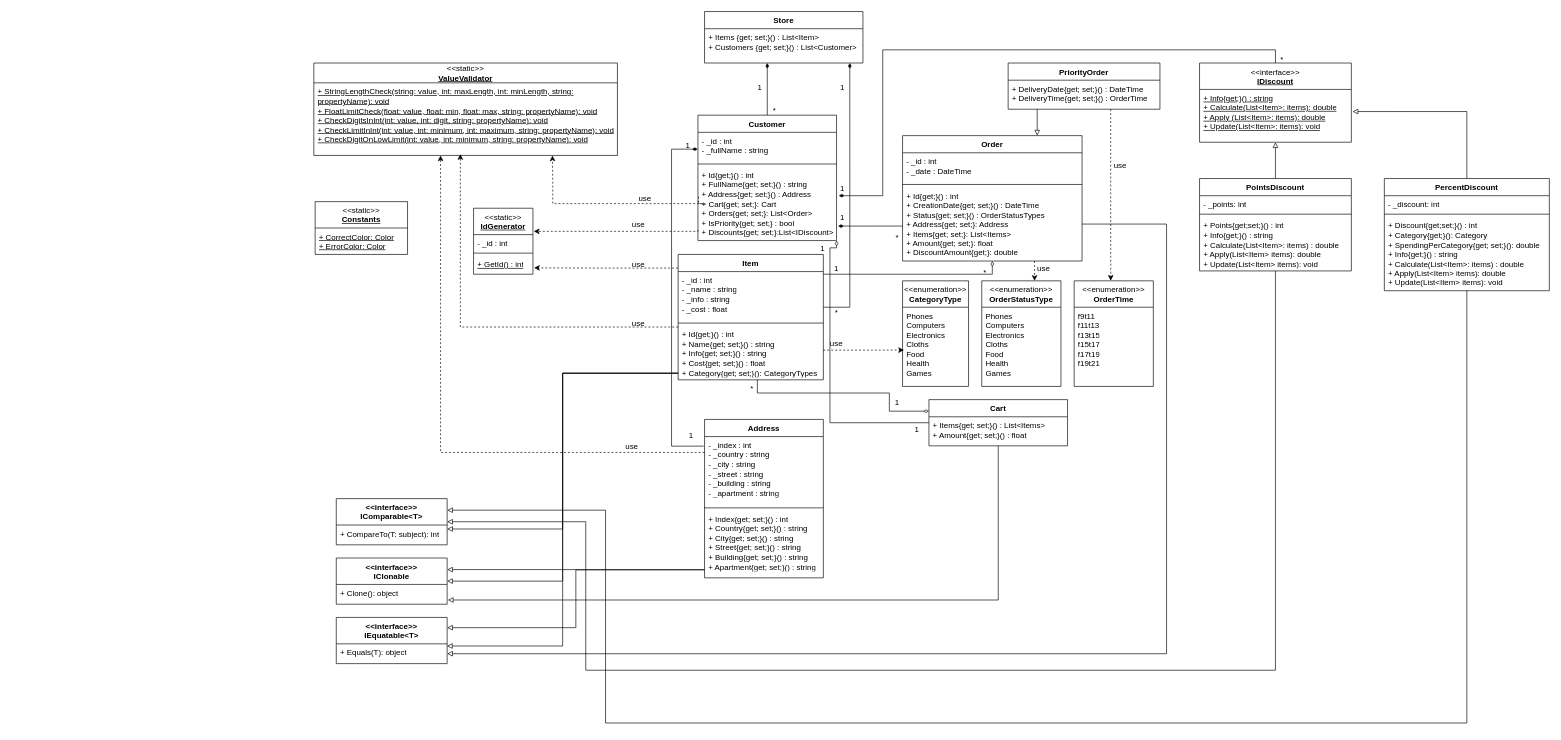
The draw.io diagram oop-winform/Diagram.drawio in antoniocra04/oop-winform, before the edit. Source tidied: cells renumbered, new cells numbered last; positions are measured from the earlier drawing's top-left corner, leaving out a move shared by most shapes. Both pictures are drawn from the tidied source at 66%, with x=0, y=0 at pixel (314, 11).
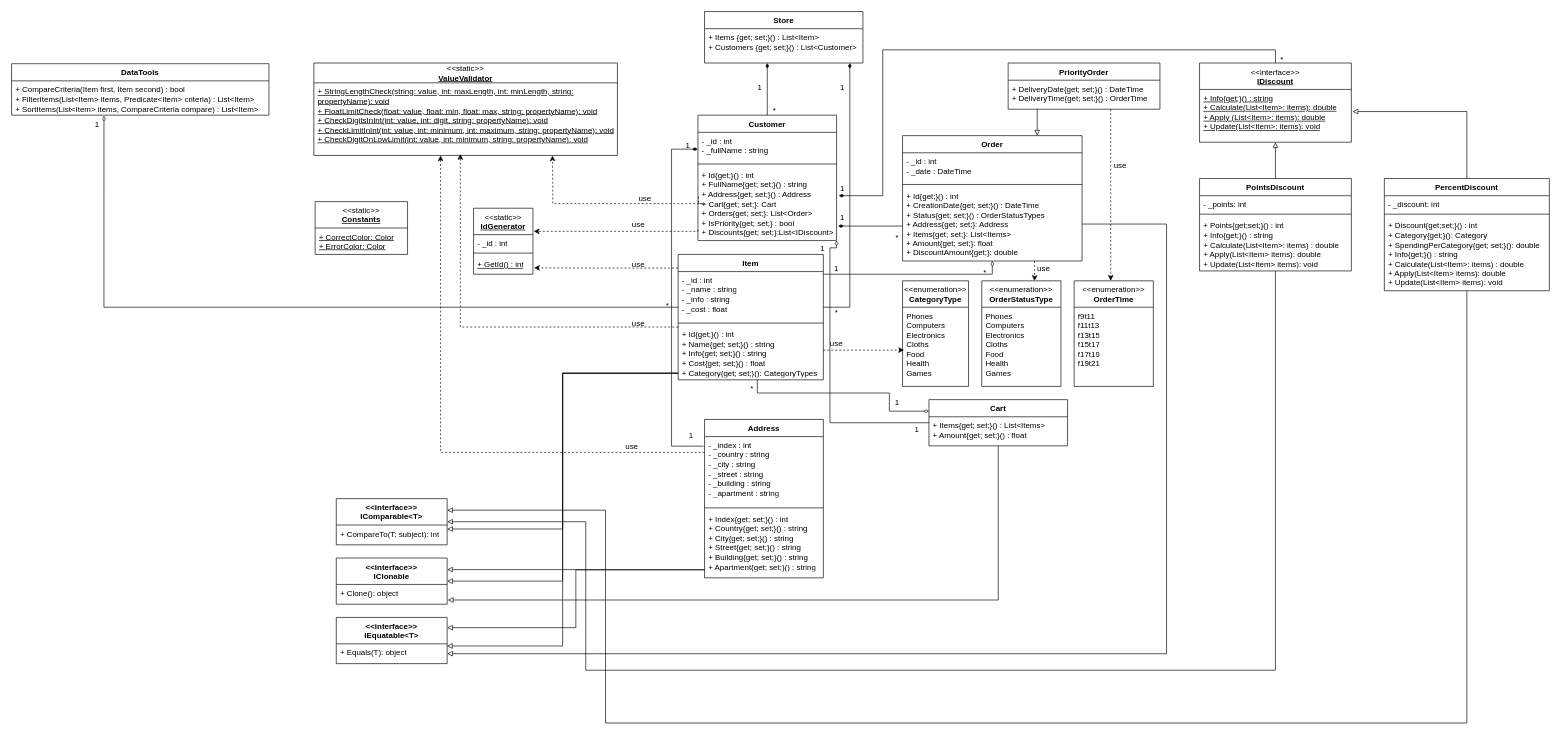
Above is the later version.

Commit message (it also covers changes not shown here):
fix(Tabs, Diagram): исправление замечаний

Unchanged cells that the change refers to:
```xml
<mxCell id="7" value="Item" style="swimlane;fontStyle=1;align=center;verticalAlign=top;horizontal=1;startSize=26;whiteSpace=wrap;html=1;" parent="1" vertex="1">
  <mxGeometry x="552" y="368" width="220" height="190" as="geometry" />
</mxCell>
```

Change to the diagram source:
```diff
@@
+    <mxCell id="106" value="DataTools" style="swimlane;fontStyle=1;align=center;verticalAlign=top;horizontal=1;startSize=26;whiteSpace=wrap;html=1;" parent="1" vertex="1">
+      <mxGeometry x="-458" y="79" width="390" height="78" as="geometry" />
+    </mxCell>
+    <mxCell id="107" value="+ CompareCriteria(Item first, Item second) : bool&lt;br&gt;+ FilterItems(List&amp;lt;Item&amp;gt; items, Predicate&amp;lt;Item&amp;gt; criteria) :&amp;nbsp;List&amp;lt;Item&amp;gt;&lt;div&gt;+&amp;nbsp;SortItems(List&amp;lt;Item&amp;gt; items, CompareCriteria compare) :&amp;nbsp;List&amp;lt;Item&amp;gt;&lt;/div&gt;" style="text;strokeColor=none;fillColor=none;align=left;verticalAlign=top;spacingLeft=4;spacingRight=4;overflow=hidden;points=[[0,0.5],[1,0.5]];portConstraint=eastwest;whiteSpace=wrap;html=1;" parent="106" vertex="1">
+      <mxGeometry y="26" width="390" height="52" as="geometry" />
+    </mxCell>
+    <mxCell id="108" style="edgeStyle=orthogonalEdgeStyle;rounded=0;jettySize=auto;html=1;entryX=0.359;entryY=1.019;entryDx=0;entryDy=0;entryPerimeter=0;endArrow=diamondThin;endFill=0;" parent="1" edge="1" source="7" target="107">
+      <mxGeometry relative="1" as="geometry">
+        <Array as="points">
+          <mxPoint x="-318" y="448" />
+        </Array>
+      </mxGeometry>
+    </mxCell>
+    <mxCell id="109" value="1" style="text;html=1;align=center;verticalAlign=middle;whiteSpace=wrap;rounded=0;" parent="1" vertex="1">
+      <mxGeometry x="-343" y="157" width="30" height="30" as="geometry" />
+    </mxCell>
+    <mxCell id="110" value="*" style="text;html=1;align=center;verticalAlign=middle;whiteSpace=wrap;rounded=0;" parent="1" vertex="1">
+      <mxGeometry x="521" y="430" width="30" height="30" as="geometry" />
+    </mxCell>
```
